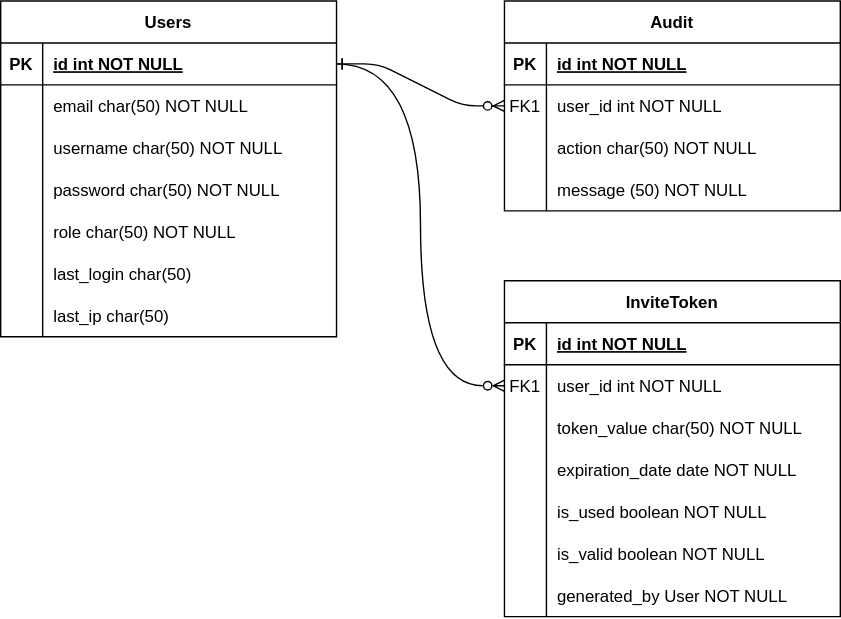
Earlier version of the draw.io export backend/db.svg (MrSolymi/MediaDrive). Source tidied: cells renumbered, new cells last; positions are measured from the earlier drawing's top-left corner, leaving out a move shared by most shapes.
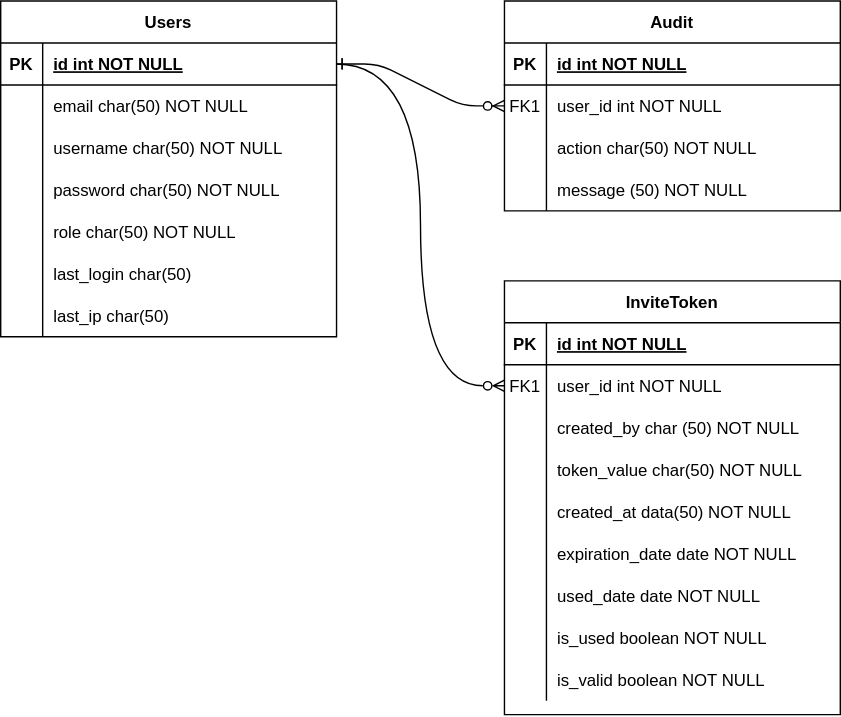
The same file after the commit.

Diff of the diagram source:
```diff
@@ -111,7 +111,7 @@
       <mxGeometry x="30" width="210" height="30" as="geometry" />
     </mxCell>
     <mxCell id="38" value="InviteToken" style="shape=table;startSize=30;rowLines=0;fontStyle=1;align=center;" parent="1" vertex="1">
-      <mxGeometry x="360" y="200" width="240" height="240" as="geometry" />
+      <mxGeometry x="360" y="200" width="240" height="310" as="geometry" />
     </mxCell>
     <mxCell id="39" style="shape=partialRectangle;fillColor=none;top=0;left=0;right=0;bottom=1;" parent="38" vertex="1">
       <mxGeometry y="30" width="240" height="30" as="geometry" />
@@ -131,8 +131,17 @@
     <mxCell id="44" value="user_id int NOT NULL" style="shape=partialRectangle;overflow=hidden;fillColor=none;top=0;left=0;bottom=0;right=0;align=left;spacingLeft=6;" parent="42" vertex="1">
       <mxGeometry x="30" width="210" height="30" as="geometry" />
     </mxCell>
+    <mxCell id="61" style="shape=partialRectangle;fillColor=none;top=0;left=0;right=0;bottom=0;" parent="38" vertex="1">
+      <mxGeometry y="90" width="240" height="30" as="geometry" />
+    </mxCell>
+    <mxCell id="62" style="shape=partialRectangle;overflow=hidden;fillColor=none;top=0;left=0;bottom=0;right=0;" parent="61" vertex="1">
+      <mxGeometry width="30" height="30" as="geometry" />
+    </mxCell>
+    <mxCell id="63" value="created_by char (50) NOT NULL" style="shape=partialRectangle;overflow=hidden;fillColor=none;top=0;left=0;bottom=0;right=0;align=left;spacingLeft=6;" parent="61" vertex="1">
+      <mxGeometry x="30" width="210" height="30" as="geometry" />
+    </mxCell>
     <mxCell id="45" style="shape=partialRectangle;fillColor=none;top=0;left=0;right=0;bottom=0;" parent="38" vertex="1">
-      <mxGeometry y="90" width="240" height="30" as="geometry" />
+      <mxGeometry y="120" width="240" height="30" as="geometry" />
     </mxCell>
     <mxCell id="46" style="shape=partialRectangle;overflow=hidden;fillColor=none;top=0;left=0;bottom=0;right=0;" parent="45" vertex="1">
       <mxGeometry width="30" height="30" as="geometry" />
@@ -140,8 +149,17 @@
     <mxCell id="47" value="token_value char(50) NOT NULL" style="shape=partialRectangle;overflow=hidden;fillColor=none;top=0;left=0;bottom=0;right=0;align=left;spacingLeft=6;" parent="45" vertex="1">
       <mxGeometry x="30" width="210" height="30" as="geometry" />
     </mxCell>
+    <mxCell id="64" style="shape=partialRectangle;fillColor=none;top=0;left=0;right=0;bottom=0;" parent="38" vertex="1">
+      <mxGeometry y="150" width="240" height="30" as="geometry" />
+    </mxCell>
+    <mxCell id="65" style="shape=partialRectangle;overflow=hidden;fillColor=none;top=0;left=0;bottom=0;right=0;" parent="64" vertex="1">
+      <mxGeometry width="30" height="30" as="geometry" />
+    </mxCell>
+    <mxCell id="66" value="created_at data(50) NOT NULL" style="shape=partialRectangle;overflow=hidden;fillColor=none;top=0;left=0;bottom=0;right=0;align=left;spacingLeft=6;" parent="64" vertex="1">
+      <mxGeometry x="30" width="210" height="30" as="geometry" />
+    </mxCell>
     <mxCell id="48" style="shape=partialRectangle;fillColor=none;top=0;left=0;right=0;bottom=0;" parent="38" vertex="1">
-      <mxGeometry y="120" width="240" height="30" as="geometry" />
+      <mxGeometry y="180" width="240" height="30" as="geometry" />
     </mxCell>
     <mxCell id="49" style="shape=partialRectangle;overflow=hidden;fillColor=none;top=0;left=0;bottom=0;right=0;" parent="48" vertex="1">
       <mxGeometry width="30" height="30" as="geometry" />
@@ -149,8 +167,17 @@
     <mxCell id="50" value="expiration_date date NOT NULL" style="shape=partialRectangle;overflow=hidden;fillColor=none;top=0;left=0;bottom=0;right=0;align=left;spacingLeft=6;" parent="48" vertex="1">
       <mxGeometry x="30" width="210" height="30" as="geometry" />
     </mxCell>
+    <mxCell id="57" style="shape=partialRectangle;fillColor=none;top=0;left=0;right=0;bottom=0;" parent="38" vertex="1">
+      <mxGeometry y="210" width="240" height="30" as="geometry" />
+    </mxCell>
+    <mxCell id="67" style="shape=partialRectangle;overflow=hidden;fillColor=none;top=0;left=0;bottom=0;right=0;" parent="57" vertex="1">
+      <mxGeometry width="30" height="30" as="geometry" />
+    </mxCell>
+    <mxCell id="68" value="used_date date NOT NULL" style="shape=partialRectangle;overflow=hidden;fillColor=none;top=0;left=0;bottom=0;right=0;align=left;spacingLeft=6;" parent="57" vertex="1">
+      <mxGeometry x="30" width="210" height="30" as="geometry" />
+    </mxCell>
     <mxCell id="51" style="shape=partialRectangle;fillColor=none;top=0;left=0;right=0;bottom=0;" parent="38" vertex="1">
-      <mxGeometry y="150" width="240" height="30" as="geometry" />
+      <mxGeometry y="240" width="240" height="30" as="geometry" />
     </mxCell>
     <mxCell id="52" style="shape=partialRectangle;overflow=hidden;fillColor=none;top=0;left=0;bottom=0;right=0;" parent="51" vertex="1">
       <mxGeometry width="30" height="30" as="geometry" />
@@ -159,7 +186,7 @@
       <mxGeometry x="30" width="210" height="30" as="geometry" />
     </mxCell>
     <mxCell id="54" style="shape=partialRectangle;fillColor=none;top=0;left=0;right=0;bottom=0;" parent="38" vertex="1">
-      <mxGeometry y="180" width="240" height="30" as="geometry" />
+      <mxGeometry y="270" width="240" height="30" as="geometry" />
     </mxCell>
     <mxCell id="55" style="shape=partialRectangle;overflow=hidden;fillColor=none;top=0;left=0;bottom=0;right=0;" parent="54" vertex="1">
       <mxGeometry width="30" height="30" as="geometry" />
@@ -167,15 +194,6 @@
     <mxCell id="56" value="is_valid boolean NOT NULL" style="shape=partialRectangle;overflow=hidden;fillColor=none;top=0;left=0;bottom=0;right=0;align=left;spacingLeft=6;" parent="54" vertex="1">
       <mxGeometry x="30" width="210" height="30" as="geometry" />
     </mxCell>
-    <mxCell id="57" style="shape=partialRectangle;fillColor=none;top=0;left=0;right=0;bottom=0;" parent="38" vertex="1">
-      <mxGeometry y="210" width="240" height="30" as="geometry" />
-    </mxCell>
-    <mxCell id="58" style="shape=partialRectangle;overflow=hidden;fillColor=none;top=0;left=0;bottom=0;right=0;" parent="57" vertex="1">
-      <mxGeometry width="30" height="30" as="geometry" />
-    </mxCell>
-    <mxCell id="59" value="generated_by User NOT NULL" style="shape=partialRectangle;overflow=hidden;fillColor=none;top=0;left=0;bottom=0;right=0;align=left;spacingLeft=6;" parent="57" vertex="1">
-      <mxGeometry x="30" width="210" height="30" as="geometry" />
-    </mxCell>
     <mxCell id="60" style="edgeStyle=orthogonalEdgeStyle;jettySize=auto;html=1;curved=1;startArrow=ERzeroToMany;startFill=0;endArrow=ERone;endFill=0;entryX=1;entryY=0.5;entryDx=0;entryDy=0;" parent="1" edge="1" source="42" target="17">
       <mxGeometry relative="1" as="geometry" />
     </mxCell>
```
